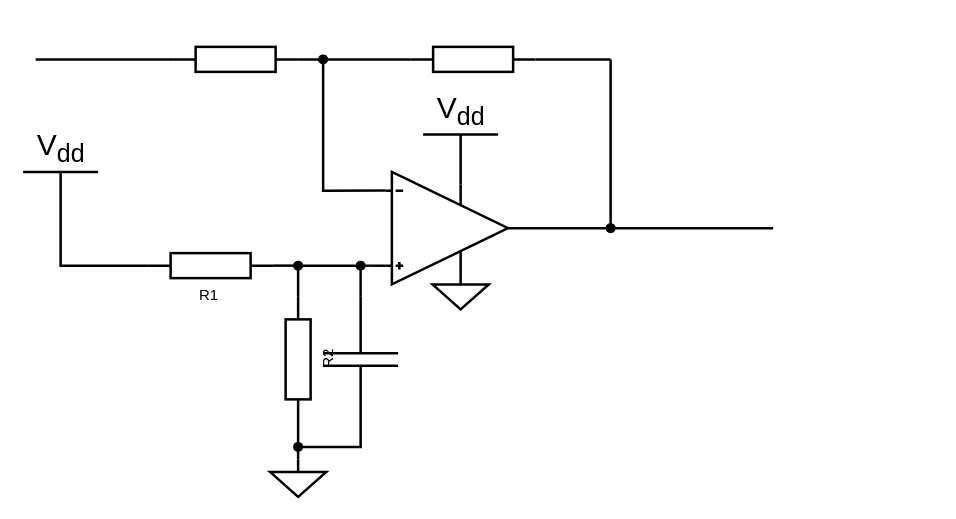
Before: Subtrahierer.drawio in Lostqw1/Funfun, a draw.io diagram. Source tidied: cells renumbered, new cells numbered last; positions are measured from the earlier drawing's top-left corner, leaving out a move shared by most shapes. Both pictures are drawn from the tidied source at 125%, with x=0, y=0 at pixel (22, 46).
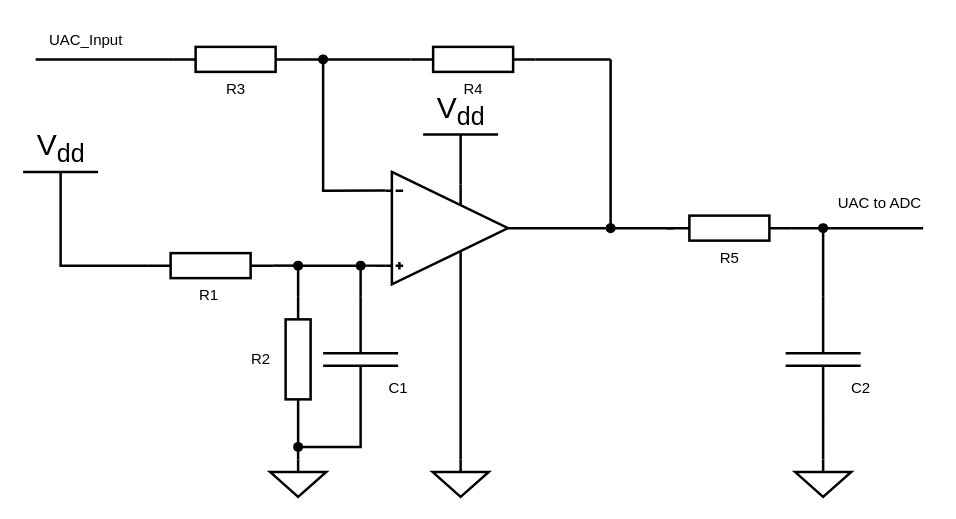
The same diagram, later.

Unchanged cells that the change refers to:
```xml
<mxCell id="2" style="verticalLabelPosition=bottom;shadow=0;dashed=0;align=center;html=1;verticalAlign=top;shape=mxgraph.electrical.abstract.operational_amp_1;strokeWidth=2;" parent="1" vertex="1">
  <mxGeometry x="290" y="100" width="98" height="90" as="geometry" />
</mxCell>
```

Change to the diagram source:
```diff
@@
-    <mxCell id="4" value="R2" style="verticalLabelPosition=bottom;shadow=0;dashed=0;align=center;html=1;verticalAlign=top;shape=mxgraph.electrical.resistors.resistor_1;rotation=-90;strokeWidth=2;" parent="1" vertex="1">
+    <mxCell id="4" style="verticalLabelPosition=bottom;shadow=0;dashed=0;align=center;html=1;verticalAlign=top;shape=mxgraph.electrical.resistors.resistor_1;rotation=-90;strokeWidth=2;" parent="1" vertex="1">
       <mxGeometry x="170" y="240" width="100" height="20" as="geometry" />
     </mxCell>
@@
-    <mxCell id="6" style="verticalLabelPosition=bottom;shadow=0;dashed=0;align=center;html=1;verticalAlign=top;shape=mxgraph.electrical.resistors.resistor_1;rotation=0;strokeWidth=2;" parent="1" vertex="1">
+    <mxCell id="6" value="R3" style="verticalLabelPosition=bottom;shadow=0;dashed=0;align=center;html=1;verticalAlign=top;shape=mxgraph.electrical.resistors.resistor_1;rotation=0;strokeWidth=2;" parent="1" vertex="1">
       <mxGeometry x="120" width="100" height="20" as="geometry" />
     </mxCell>
-    <mxCell id="7" style="verticalLabelPosition=bottom;shadow=0;dashed=0;align=center;html=1;verticalAlign=top;shape=mxgraph.electrical.resistors.resistor_1;rotation=0;strokeWidth=2;" parent="1" vertex="1">
+    <mxCell id="7" value="R4" style="verticalLabelPosition=bottom;shadow=0;dashed=0;align=center;html=1;verticalAlign=top;shape=mxgraph.electrical.resistors.resistor_1;rotation=0;strokeWidth=2;" parent="1" vertex="1">
       <mxGeometry x="310" width="100" height="20" as="geometry" />
     </mxCell>
@@
     <mxCell id="10" style="verticalLabelPosition=bottom;shadow=0;dashed=0;align=center;html=1;verticalAlign=top;shape=mxgraph.electrical.signal_sources.signal_ground;strokeWidth=2;" parent="1" vertex="1">
-      <mxGeometry x="327.5" y="180" width="45" height="30" as="geometry" />
+      <mxGeometry x="327.5" y="330" width="45" height="30" as="geometry" />
     </mxCell>
@@
     <mxCell id="29" style="endArrow=none;html=1;rounded=0;exitX=1;exitY=0.5;exitDx=0;exitDy=0;exitPerimeter=0;strokeWidth=2;" parent="1" edge="1" source="2">
       <mxGeometry relative="1" as="geometry">
-        <mxPoint x="600" y="145" as="targetPoint" />
+        <mxPoint x="520" y="145" as="targetPoint" />
       </mxGeometry>
     </mxCell>
@@
+    <mxCell id="33" value="UAC_Input" style="text;html=1;align=center;verticalAlign=middle;strokeColor=none;fillColor=none;" parent="1" vertex="1">
+      <mxGeometry x="10" y="-20" width="80" height="30" as="geometry" />
+    </mxCell>
+    <mxCell id="34" value="R5" style="verticalLabelPosition=bottom;shadow=0;dashed=0;align=center;html=1;verticalAlign=top;shape=mxgraph.electrical.resistors.resistor_1;rotation=0;strokeWidth=2;" parent="1" vertex="1">
+      <mxGeometry x="515" y="135" width="100" height="20" as="geometry" />
+    </mxCell>
+    <mxCell id="35" style="verticalLabelPosition=bottom;shadow=0;dashed=0;align=center;html=1;verticalAlign=top;shape=mxgraph.electrical.capacitors.capacitor_1;direction=south;strokeWidth=2;" parent="1" vertex="1">
+      <mxGeometry x="610" y="200" width="60" height="100" as="geometry" />
+    </mxCell>
+    <mxCell id="36" style="verticalLabelPosition=bottom;shadow=0;dashed=0;align=center;html=1;verticalAlign=top;shape=mxgraph.electrical.signal_sources.signal_ground;strokeWidth=2;" parent="1" vertex="1">
+      <mxGeometry x="617.5" y="330" width="45" height="30" as="geometry" />
+    </mxCell>
+    <mxCell id="37" style="endArrow=none;html=1;rounded=0;strokeWidth=2;entryX=0.612;entryY=0.89;entryDx=0;entryDy=0;entryPerimeter=0;exitX=0.5;exitY=0;exitDx=0;exitDy=0;exitPerimeter=0;" parent="1" edge="1" source="10" target="2">
+      <mxGeometry relative="1" as="geometry" />
+    </mxCell>
+    <mxCell id="38" value="R2" style="text;html=1;align=center;verticalAlign=middle;strokeColor=none;fillColor=none;" parent="1" vertex="1">
+      <mxGeometry x="170" y="235" width="40" height="30" as="geometry" />
+    </mxCell>
+    <mxCell id="39" style="endArrow=none;html=1;rounded=0;strokeWidth=2;entryX=1;entryY=0.5;entryDx=0;entryDy=0;entryPerimeter=0;" parent="1" edge="1" target="34">
+      <mxGeometry relative="1" as="geometry">
+        <mxPoint x="720" y="145" as="sourcePoint" />
+      </mxGeometry>
+    </mxCell>
+    <mxCell id="40" style="endArrow=none;html=1;rounded=0;strokeWidth=2;entryX=0.5;entryY=0;entryDx=0;entryDy=0;entryPerimeter=0;exitX=1;exitY=0.5;exitDx=0;exitDy=0;exitPerimeter=0;" parent="1" edge="1" source="35" target="36">
+      <mxGeometry relative="1" as="geometry" />
+    </mxCell>
+    <mxCell id="41" style="endArrow=none;html=1;rounded=0;strokeWidth=2;entryX=0;entryY=0.5;entryDx=0;entryDy=0;entryPerimeter=0;" parent="1" edge="1" target="35">
+      <mxGeometry relative="1" as="geometry">
+        <mxPoint x="640" y="145" as="sourcePoint" />
+        <Array as="points">
+          <mxPoint x="640" y="160" />
+        </Array>
+      </mxGeometry>
+    </mxCell>
+    <mxCell id="42" style="shape=waypoint;sketch=0;fillStyle=solid;size=6;fillColor=none;perimeter=centerPerimeter;strokeWidth=2;" parent="1" vertex="1">
+      <mxGeometry x="630" y="135" width="20" height="20" as="geometry" />
+    </mxCell>
+    <mxCell id="43" value="UAC to ADC" style="text;html=1;align=center;verticalAlign=middle;strokeColor=none;fillColor=none;" parent="1" vertex="1">
+      <mxGeometry x="640" y="110" width="90" height="30" as="geometry" />
+    </mxCell>
+    <mxCell id="44" value="C1" style="text;html=1;align=center;verticalAlign=middle;strokeColor=none;fillColor=none;" parent="1" vertex="1">
+      <mxGeometry x="280" y="258" width="40" height="30" as="geometry" />
+    </mxCell>
+    <mxCell id="45" value="C2" style="text;html=1;align=center;verticalAlign=middle;strokeColor=none;fillColor=none;" parent="1" vertex="1">
+      <mxGeometry x="650" y="258" width="40" height="30" as="geometry" />
+    </mxCell>
```
